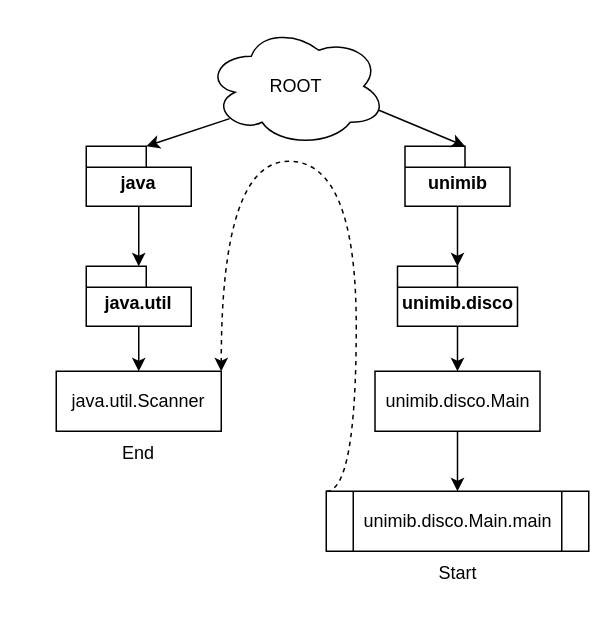
Earlier version of the draw.io diagram figures/approach/dependency-resolution/identifier-chains/diagram.drawio (frefolli/seminary). Source tidied: cells renumbered, new cells numbered last; positions are measured from the earlier drawing's top-left corner, leaving out a move shared by most shapes. Both pictures are drawn from the tidied source at 150%, with x=0, y=0 at pixel (56, 26).
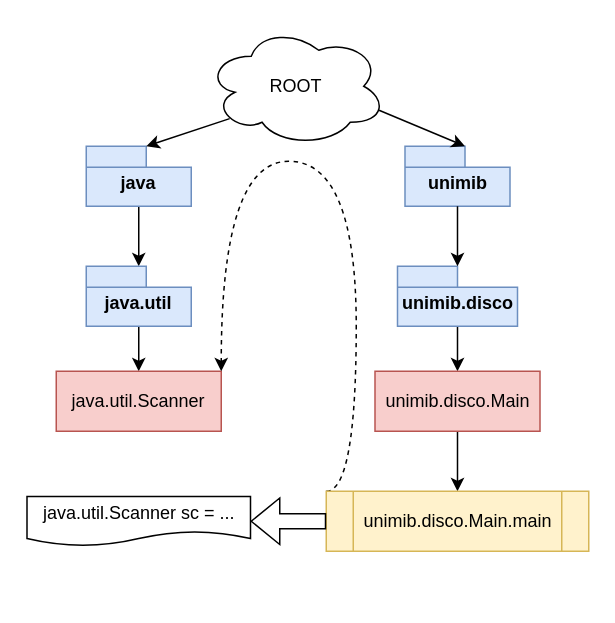
The same page after the edit.

The edit, as a diff of the source:
```diff
@@
-    <mxCell id="3" value="java" style="shape=folder;fontStyle=1;spacingTop=10;tabWidth=40;tabHeight=14;tabPosition=left;html=1;whiteSpace=wrap;" parent="1" vertex="1">
+    <mxCell id="3" value="java" style="shape=folder;fontStyle=1;spacingTop=10;tabWidth=40;tabHeight=14;tabPosition=left;html=1;whiteSpace=wrap;fillColor=#dae8fc;strokeColor=#6c8ebf;" parent="1" vertex="1">
       <mxGeometry x="20" y="80" width="70" height="40" as="geometry" />
     </mxCell>
@@
-    <mxCell id="5" value="java.util" style="shape=folder;fontStyle=1;spacingTop=10;tabWidth=40;tabHeight=14;tabPosition=left;html=1;whiteSpace=wrap;" parent="1" vertex="1">
+    <mxCell id="5" value="java.util" style="shape=folder;fontStyle=1;spacingTop=10;tabWidth=40;tabHeight=14;tabPosition=left;html=1;whiteSpace=wrap;fillColor=#dae8fc;strokeColor=#6c8ebf;" parent="1" vertex="1">
       <mxGeometry x="20" y="160" width="70" height="40" as="geometry" />
     </mxCell>
-    <mxCell id="6" value="java.util.Scanner" style="html=1;whiteSpace=wrap;" parent="1" vertex="1">
+    <mxCell id="6" value="java.util.Scanner" style="html=1;whiteSpace=wrap;fillColor=#f8cecc;strokeColor=#b85450;" parent="1" vertex="1">
       <mxGeometry y="230" width="110" height="40" as="geometry" />
     </mxCell>
-    <mxCell id="7" value="unimib" style="shape=folder;fontStyle=1;spacingTop=10;tabWidth=40;tabHeight=14;tabPosition=left;html=1;whiteSpace=wrap;" parent="1" vertex="1">
+    <mxCell id="7" value="unimib" style="shape=folder;fontStyle=1;spacingTop=10;tabWidth=40;tabHeight=14;tabPosition=left;html=1;whiteSpace=wrap;fillColor=#dae8fc;strokeColor=#6c8ebf;" parent="1" vertex="1">
       <mxGeometry x="232.5" y="80" width="70" height="40" as="geometry" />
     </mxCell>
@@
-    <mxCell id="9" value="unimib.disco" style="shape=folder;fontStyle=1;spacingTop=10;tabWidth=40;tabHeight=14;tabPosition=left;html=1;whiteSpace=wrap;" parent="1" vertex="1">
+    <mxCell id="9" value="unimib.disco" style="shape=folder;fontStyle=1;spacingTop=10;tabWidth=40;tabHeight=14;tabPosition=left;html=1;whiteSpace=wrap;fillColor=#dae8fc;strokeColor=#6c8ebf;" parent="1" vertex="1">
       <mxGeometry x="227.5" y="160" width="80" height="40" as="geometry" />
     </mxCell>
@@
-    <mxCell id="11" value="unimib.disco.Main" style="html=1;whiteSpace=wrap;" parent="1" vertex="1">
+    <mxCell id="11" value="unimib.disco.Main" style="html=1;whiteSpace=wrap;fillColor=#f8cecc;strokeColor=#b85450;" parent="1" vertex="1">
       <mxGeometry x="212.5" y="230" width="110" height="40" as="geometry" />
     </mxCell>
@@
-    <mxCell id="13" value="unimib.disco.Main.main" style="shape=process;whiteSpace=wrap;html=1;backgroundOutline=1;" parent="1" vertex="1">
+    <mxCell id="13" value="unimib.disco.Main.main" style="shape=process;whiteSpace=wrap;html=1;backgroundOutline=1;rounded=0;glass=0;fillColor=#fff2cc;strokeColor=#d6b656;" parent="1" vertex="1">
       <mxGeometry x="180" y="310" width="175" height="40" as="geometry" />
     </mxCell>
@@
-    <mxCell id="18" value="Start" style="text;html=1;align=center;verticalAlign=middle;whiteSpace=wrap;rounded=0;" parent="1" vertex="1">
-      <mxGeometry x="237.5" y="350" width="60" height="30" as="geometry" />
-    </mxCell>
-    <mxCell id="19" value="End" style="text;html=1;align=center;verticalAlign=middle;whiteSpace=wrap;rounded=0;" parent="1" vertex="1">
-      <mxGeometry x="25" y="270" width="60" height="30" as="geometry" />
-    </mxCell>
+    <mxCell id="20" style="edgeStyle=orthogonalEdgeStyle;rounded=0;jettySize=auto;html=1;exitX=1;exitY=0.5;exitDx=0;exitDy=0;entryX=0;entryY=0.5;entryDx=0;entryDy=0;shape=flexArrow;startArrow=block;endArrow=none;endFill=0;" parent="1" edge="1" source="21" target="13">
+      <mxGeometry relative="1" as="geometry" />
+    </mxCell>
+    <mxCell id="21" value="java.util.Scanner sc = ..." style="shape=document;whiteSpace=wrap;html=1;boundedLbl=1;" parent="1" vertex="1">
+      <mxGeometry x="-19.5" y="313.5" width="149" height="33" as="geometry" />
+    </mxCell>
```
